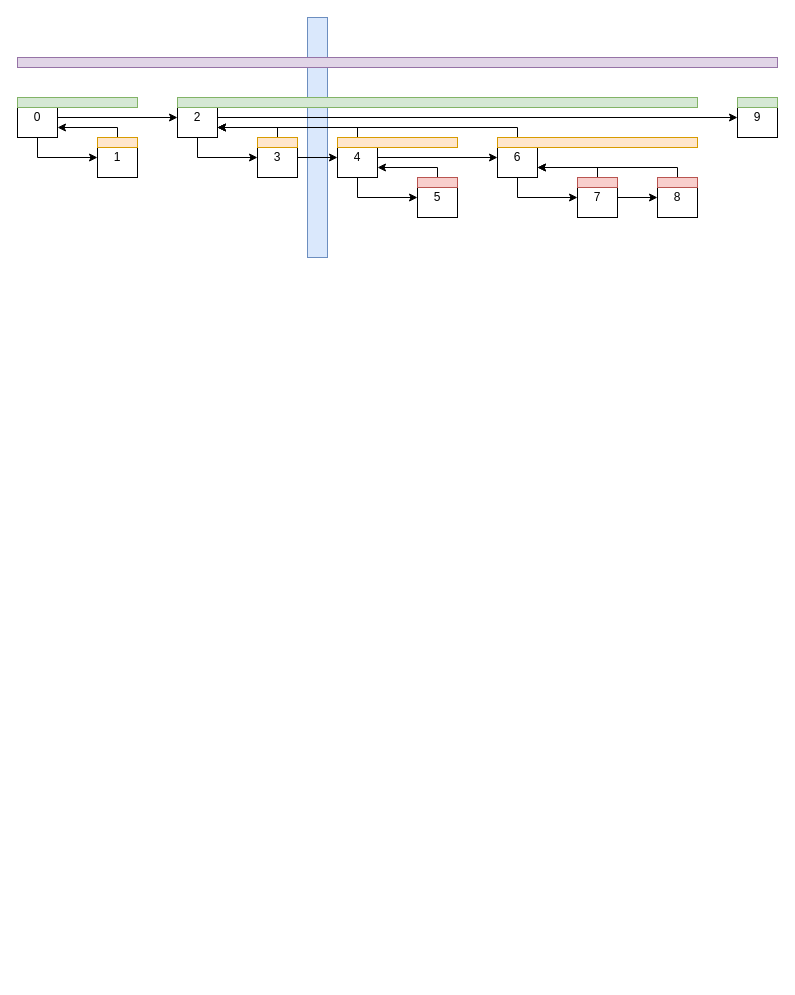
davi2205/drawio-repo keeps this draw.io diagram as doodles.drawio. Above is the earlier version. Source tidied: cells renumbered, new cells numbered last; positions are measured from the earlier drawing's top-left corner, leaving out a move shared by most shapes. Both pictures are drawn from the tidied source at 100%, with x=0, y=0 at pixel (17, 17).
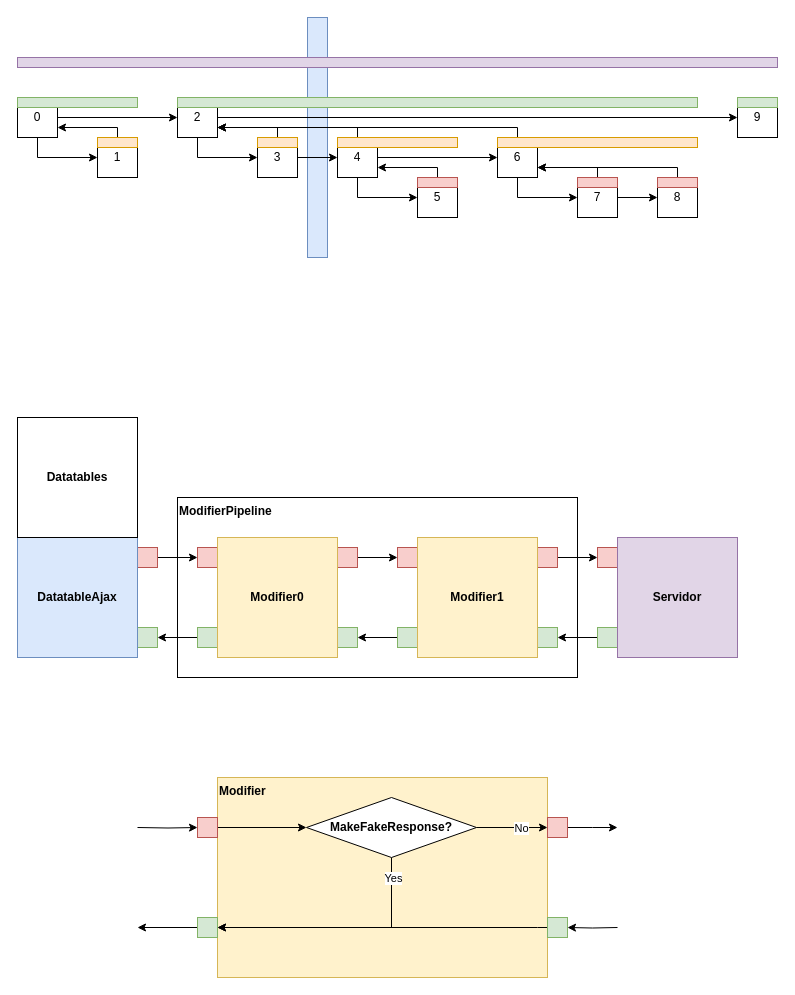
After the change.

The edit, as a diff of the source:
```diff
@@
+    <mxCell id="40" value="&lt;b&gt;ModifierPipeline&lt;/b&gt;" style="rounded=0;whiteSpace=wrap;html=1;align=left;verticalAlign=top;" parent="1" vertex="1">
+      <mxGeometry x="160" y="480" width="400" height="180" as="geometry" />
+    </mxCell>
@@
+    <mxCell id="41" style="edgeStyle=orthogonalEdgeStyle;rounded=0;jettySize=auto;html=1;" parent="1" edge="1" source="42" target="50">
+      <mxGeometry relative="1" as="geometry" />
+    </mxCell>
+    <mxCell id="42" style="rounded=0;whiteSpace=wrap;html=1;fillColor=#f8cecc;strokeColor=#b85450;" parent="1" vertex="1">
+      <mxGeometry x="120" y="530" width="20" height="20" as="geometry" />
+    </mxCell>
+    <mxCell id="43" style="rounded=0;whiteSpace=wrap;html=1;fillColor=#d5e8d4;strokeColor=#82b366;" parent="1" vertex="1">
+      <mxGeometry x="120" y="610" width="20" height="20" as="geometry" />
+    </mxCell>
+    <mxCell id="44" value="&lt;b&gt;DatatableAjax&lt;/b&gt;" style="rounded=0;whiteSpace=wrap;html=1;fillColor=#dae8fc;strokeColor=#6c8ebf;" parent="1" vertex="1">
+      <mxGeometry y="520" width="120" height="120" as="geometry" />
+    </mxCell>
+    <mxCell id="45" style="edgeStyle=orthogonalEdgeStyle;rounded=0;jettySize=auto;html=1;" parent="1" edge="1" source="46" target="57">
+      <mxGeometry relative="1" as="geometry" />
+    </mxCell>
+    <mxCell id="46" style="rounded=0;whiteSpace=wrap;html=1;fillColor=#f8cecc;strokeColor=#b85450;" parent="1" vertex="1">
+      <mxGeometry x="320" y="530" width="20" height="20" as="geometry" />
+    </mxCell>
+    <mxCell id="47" style="rounded=0;whiteSpace=wrap;html=1;fillColor=#d5e8d4;strokeColor=#82b366;" parent="1" vertex="1">
+      <mxGeometry x="320" y="610" width="20" height="20" as="geometry" />
+    </mxCell>
+    <mxCell id="48" style="edgeStyle=orthogonalEdgeStyle;rounded=0;jettySize=auto;html=1;" parent="1" edge="1" source="49" target="43">
+      <mxGeometry relative="1" as="geometry" />
+    </mxCell>
+    <mxCell id="49" style="rounded=0;whiteSpace=wrap;html=1;fillColor=#d5e8d4;strokeColor=#82b366;" parent="1" vertex="1">
+      <mxGeometry x="180" y="610" width="20" height="20" as="geometry" />
+    </mxCell>
+    <mxCell id="50" style="rounded=0;whiteSpace=wrap;html=1;fillColor=#f8cecc;strokeColor=#b85450;" parent="1" vertex="1">
+      <mxGeometry x="180" y="530" width="20" height="20" as="geometry" />
+    </mxCell>
+    <mxCell id="51" value="&lt;b&gt;Modifier0&lt;/b&gt;" style="rounded=0;whiteSpace=wrap;html=1;fillColor=#fff2cc;strokeColor=#d6b656;" parent="1" vertex="1">
+      <mxGeometry x="200" y="520" width="120" height="120" as="geometry" />
+    </mxCell>
+    <mxCell id="52" style="edgeStyle=orthogonalEdgeStyle;rounded=0;jettySize=auto;html=1;" parent="1" edge="1" source="53" target="59">
+      <mxGeometry relative="1" as="geometry" />
+    </mxCell>
+    <mxCell id="53" style="rounded=0;whiteSpace=wrap;html=1;fillColor=#f8cecc;strokeColor=#b85450;" parent="1" vertex="1">
+      <mxGeometry x="520" y="530" width="20" height="20" as="geometry" />
+    </mxCell>
+    <mxCell id="54" style="rounded=0;whiteSpace=wrap;html=1;fillColor=#d5e8d4;strokeColor=#82b366;" parent="1" vertex="1">
+      <mxGeometry x="520" y="610" width="20" height="20" as="geometry" />
+    </mxCell>
+    <mxCell id="55" style="edgeStyle=orthogonalEdgeStyle;rounded=0;jettySize=auto;html=1;" parent="1" edge="1" source="56" target="47">
+      <mxGeometry relative="1" as="geometry" />
+    </mxCell>
+    <mxCell id="56" style="rounded=0;whiteSpace=wrap;html=1;fillColor=#d5e8d4;strokeColor=#82b366;" parent="1" vertex="1">
+      <mxGeometry x="380" y="610" width="20" height="20" as="geometry" />
+    </mxCell>
+    <mxCell id="57" style="rounded=0;whiteSpace=wrap;html=1;fillColor=#f8cecc;strokeColor=#b85450;" parent="1" vertex="1">
+      <mxGeometry x="380" y="530" width="20" height="20" as="geometry" />
+    </mxCell>
+    <mxCell id="58" value="&lt;b&gt;Modifier1&lt;/b&gt;" style="rounded=0;whiteSpace=wrap;html=1;fillColor=#fff2cc;strokeColor=#d6b656;" parent="1" vertex="1">
+      <mxGeometry x="400" y="520" width="120" height="120" as="geometry" />
+    </mxCell>
+    <mxCell id="59" style="rounded=0;whiteSpace=wrap;html=1;fillColor=#f8cecc;strokeColor=#b85450;" parent="1" vertex="1">
+      <mxGeometry x="580" y="530" width="20" height="20" as="geometry" />
+    </mxCell>
+    <mxCell id="60" style="edgeStyle=orthogonalEdgeStyle;rounded=0;jettySize=auto;html=1;" parent="1" edge="1" source="61" target="54">
+      <mxGeometry relative="1" as="geometry" />
+    </mxCell>
+    <mxCell id="61" style="rounded=0;whiteSpace=wrap;html=1;fillColor=#d5e8d4;strokeColor=#82b366;" parent="1" vertex="1">
+      <mxGeometry x="580" y="610" width="20" height="20" as="geometry" />
+    </mxCell>
+    <mxCell id="62" value="&lt;b&gt;Servidor&lt;/b&gt;" style="rounded=0;whiteSpace=wrap;html=1;fillColor=#e1d5e7;strokeColor=#9673a6;" parent="1" vertex="1">
+      <mxGeometry x="600" y="520" width="120" height="120" as="geometry" />
+    </mxCell>
+    <mxCell id="63" value="&lt;b&gt;Modifier&lt;/b&gt;" style="rounded=0;whiteSpace=wrap;html=1;fillColor=#fff2cc;strokeColor=#d6b656;align=left;verticalAlign=top;" parent="1" vertex="1">
+      <mxGeometry x="200" y="760" width="330" height="200" as="geometry" />
+    </mxCell>
+    <mxCell id="64" style="edgeStyle=orthogonalEdgeStyle;rounded=0;jettySize=auto;html=1;" parent="1" edge="1" source="65">
+      <mxGeometry relative="1" as="geometry">
+        <mxPoint x="600" y="810" as="targetPoint" />
+      </mxGeometry>
+    </mxCell>
+    <mxCell id="65" style="rounded=0;whiteSpace=wrap;html=1;fillColor=#f8cecc;strokeColor=#b85450;" parent="1" vertex="1">
+      <mxGeometry x="530" y="800" width="20" height="20" as="geometry" />
+    </mxCell>
+    <mxCell id="66" style="edgeStyle=orthogonalEdgeStyle;rounded=0;jettySize=auto;html=1;entryX=0;entryY=0.75;entryDx=0;entryDy=0;" parent="1" edge="1" source="68" target="63">
+      <mxGeometry relative="1" as="geometry">
+        <Array as="points">
+          <mxPoint x="520" y="910" />
+          <mxPoint x="520" y="910" />
+        </Array>
+      </mxGeometry>
+    </mxCell>
+    <mxCell id="67" style="edgeStyle=orthogonalEdgeStyle;rounded=0;jettySize=auto;html=1;" parent="1" edge="1" target="68">
+      <mxGeometry relative="1" as="geometry">
+        <mxPoint x="600" y="910" as="sourcePoint" />
+      </mxGeometry>
+    </mxCell>
+    <mxCell id="68" style="rounded=0;whiteSpace=wrap;html=1;fillColor=#d5e8d4;strokeColor=#82b366;" parent="1" vertex="1">
+      <mxGeometry x="530" y="900" width="20" height="20" as="geometry" />
+    </mxCell>
+    <mxCell id="69" style="edgeStyle=orthogonalEdgeStyle;rounded=0;jettySize=auto;html=1;" parent="1" edge="1" source="70">
+      <mxGeometry relative="1" as="geometry">
+        <mxPoint x="120" y="910" as="targetPoint" />
+      </mxGeometry>
+    </mxCell>
+    <mxCell id="70" style="rounded=0;whiteSpace=wrap;html=1;fillColor=#d5e8d4;strokeColor=#82b366;" parent="1" vertex="1">
+      <mxGeometry x="180" y="900" width="20" height="20" as="geometry" />
+    </mxCell>
+    <mxCell id="71" style="edgeStyle=orthogonalEdgeStyle;rounded=0;jettySize=auto;html=1;entryX=0;entryY=0.5;entryDx=0;entryDy=0;" parent="1" edge="1" source="73" target="78">
+      <mxGeometry relative="1" as="geometry" />
+    </mxCell>
+    <mxCell id="72" style="edgeStyle=orthogonalEdgeStyle;rounded=0;jettySize=auto;html=1;" parent="1" edge="1" target="73">
+      <mxGeometry relative="1" as="geometry">
+        <mxPoint x="120" y="810" as="sourcePoint" />
+      </mxGeometry>
+    </mxCell>
+    <mxCell id="73" style="rounded=0;whiteSpace=wrap;html=1;fillColor=#f8cecc;strokeColor=#b85450;" parent="1" vertex="1">
+      <mxGeometry x="180" y="800" width="20" height="20" as="geometry" />
+    </mxCell>
+    <mxCell id="74" style="edgeStyle=orthogonalEdgeStyle;rounded=0;jettySize=auto;html=1;entryX=0;entryY=0.5;entryDx=0;entryDy=0;" parent="1" edge="1" source="78" target="65">
+      <mxGeometry relative="1" as="geometry" />
+    </mxCell>
+    <mxCell id="75" value="No" style="edgeLabel;html=1;align=center;verticalAlign=middle;" parent="74" vertex="1">
+      <mxGeometry x="0.24" relative="1" as="geometry" />
+    </mxCell>
+    <mxCell id="76" style="edgeStyle=orthogonalEdgeStyle;rounded=0;jettySize=auto;html=1;" parent="1" edge="1" source="78" target="70">
+      <mxGeometry relative="1" as="geometry">
+        <Array as="points">
+          <mxPoint x="374" y="910" />
+        </Array>
+      </mxGeometry>
+    </mxCell>
+    <mxCell id="77" value="Yes" style="edgeLabel;html=1;align=center;verticalAlign=middle;" parent="76" vertex="1">
+      <mxGeometry x="-0.84" y="1" relative="1" as="geometry" />
+    </mxCell>
+    <mxCell id="78" value="&lt;b&gt;MakeFakeResponse?&lt;/b&gt;" style="rhombus;whiteSpace=wrap;html=1;" parent="1" vertex="1">
+      <mxGeometry x="289" y="780" width="170" height="60" as="geometry" />
+    </mxCell>
+    <mxCell id="79" value="&lt;b&gt;Datatables&lt;/b&gt;" style="rounded=0;whiteSpace=wrap;html=1;" parent="1" vertex="1">
+      <mxGeometry y="400" width="120" height="120" as="geometry" />
+    </mxCell>
```
